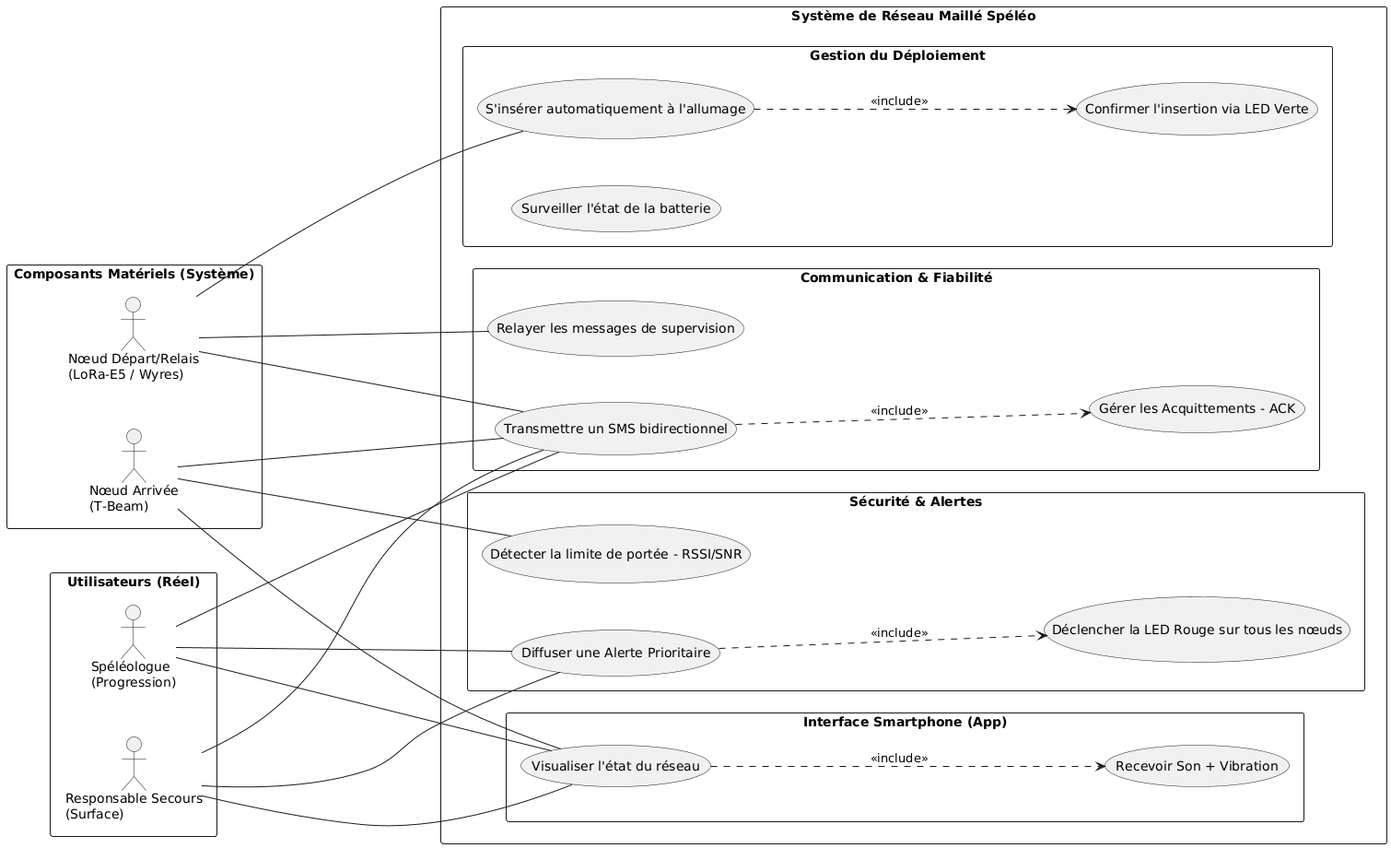
This is docs/usecase_diag.png from Arion1771/Projet_4A, a PlantUML export, as it was before one commit. Its diagram source:
```plantuml
@startuml
left to right direction
skinparam packageStyle rectangle
skinparam shadowing false

skinparam ranksep 250
skinparam nodesep 50


package "Composants Matériels (Système)" {
  actor "Nœud Départ/Relais\n(LoRa-E5 / Wyres)" as Relay
  actor "Nœud Arrivée\n(T-Beam)" as TBeam
}

package "Utilisateurs (Réel)" {
  actor "Spéléologue\n(Progression)" as UserInt
  actor "Responsable Secours\n(Surface)" as UserExt
}


rectangle "Système de Réseau Maillé Spéléo" {

  package "Gestion du Déploiement" {
    (S'insérer automatiquement à l'allumage) as UC1
    (Confirmer l'insertion via LED Verte) as UC2
    (Surveiller l'état de la batterie) as UC3
    UC1 ..> UC2 : <<include>>
  }

  package "Communication & Fiabilité" {
    (Transmettre un SMS bidirectionnel) as UC4
    (Gérer les Acquittements - ACK) as UC5
    (Relayer les messages de supervision) as UC6
    UC4 ..> UC5 : <<include>>
  }

  package "Sécurité & Alertes" {
    (Détecter la limite de portée - RSSI/SNR) as UC7
    (Diffuser une Alerte Prioritaire) as UC8
    (Déclencher la LED Rouge sur tous les nœuds) as UC9
    UC8 ..> UC9 : <<include>>
  }

  package "Interface Smartphone (App)" {
    (Visualiser l'état du réseau) as UC10
    (Recevoir Son + Vibration) as UC11
    UC10 ..> UC11 : <<include>>
  }
}


Relay -- UC1
Relay -- UC4
Relay -- UC6

TBeam -- UC4
TBeam -- UC7
TBeam -- UC10

UserInt -- UC4
UserInt -- UC8
UserInt -- UC10

UserExt -- UC4
UserExt -- UC8
UserExt -- UC10
@enduml
```
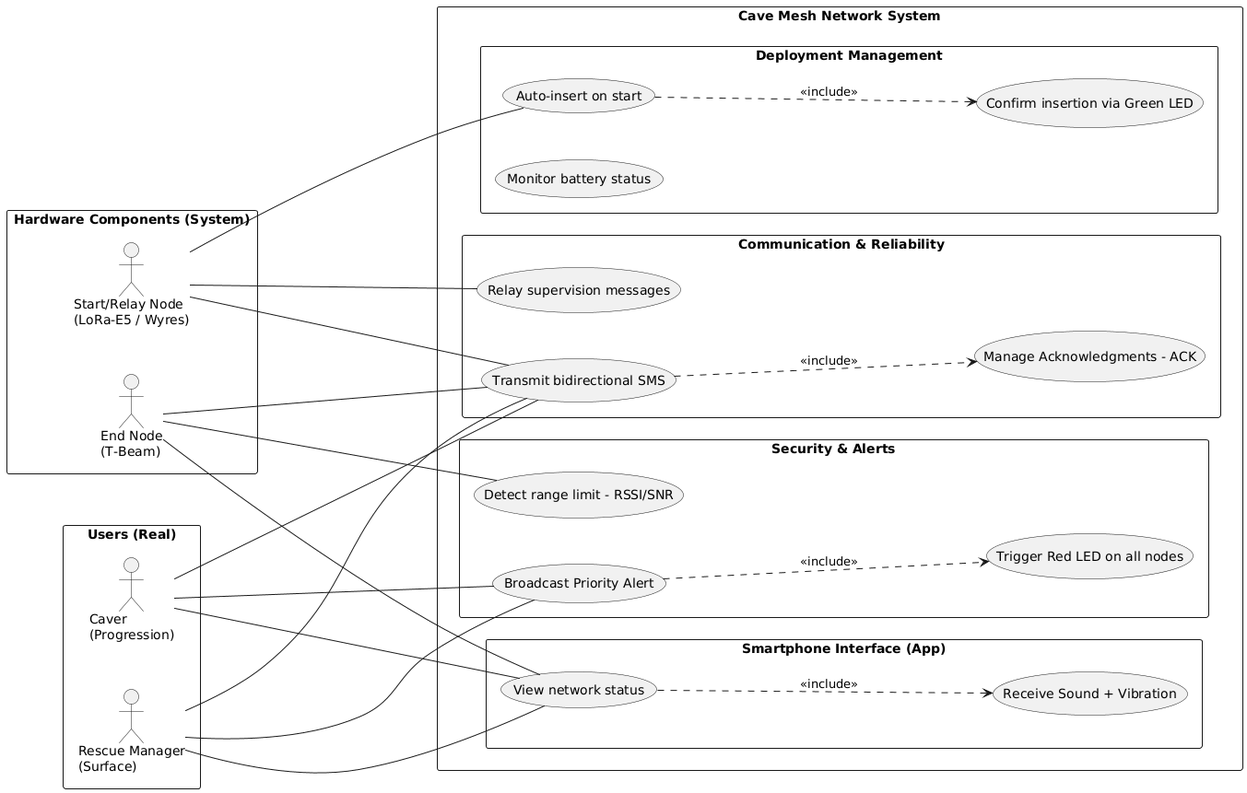
After the commit.

Commit message:
Traduction diagrammes UML

The edit, as a diff of the source:
```diff
@@ -7,43 +7,43 @@
 skinparam nodesep 50
 
 
-package "Composants Matériels (Système)" {
-  actor "Nœud Départ/Relais\n(LoRa-E5 / Wyres)" as Relay
-  actor "Nœud Arrivée\n(T-Beam)" as TBeam
+package "Hardware Components (System)" {
+  actor "Start/Relay Node\n(LoRa-E5 / Wyres)" as Relay
+  actor "End Node\n(T-Beam)" as TBeam
 }
 
-package "Utilisateurs (Réel)" {
-  actor "Spéléologue\n(Progression)" as UserInt
-  actor "Responsable Secours\n(Surface)" as UserExt
+package "Users (Real)" {
+  actor "Caver\n(Progression)" as UserInt
+  actor "Rescue Manager\n(Surface)" as UserExt
 }
 
 
-rectangle "Système de Réseau Maillé Spéléo" {
+rectangle "Cave Mesh Network System" {
 
-  package "Gestion du Déploiement" {
-    (S'insérer automatiquement à l'allumage) as UC1
-    (Confirmer l'insertion via LED Verte) as UC2
-    (Surveiller l'état de la batterie) as UC3
+  package "Deployment Management" {
+    (Auto-insert on start) as UC1
+    (Confirm insertion via Green LED) as UC2
+    (Monitor battery status) as UC3
     UC1 ..> UC2 : <<include>>
   }
 
-  package "Communication & Fiabilité" {
-    (Transmettre un SMS bidirectionnel) as UC4
-    (Gérer les Acquittements - ACK) as UC5
-    (Relayer les messages de supervision) as UC6
+  package "Communication & Reliability" {
+    (Transmit bidirectional SMS) as UC4
+    (Manage Acknowledgments - ACK) as UC5
+    (Relay supervision messages) as UC6
     UC4 ..> UC5 : <<include>>
   }
 
-  package "Sécurité & Alertes" {
-    (Détecter la limite de portée - RSSI/SNR) as UC7
-    (Diffuser une Alerte Prioritaire) as UC8
-    (Déclencher la LED Rouge sur tous les nœuds) as UC9
+  package "Security & Alerts" {
+    (Detect range limit - RSSI/SNR) as UC7
+    (Broadcast Priority Alert) as UC8
+    (Trigger Red LED on all nodes) as UC9
     UC8 ..> UC9 : <<include>>
   }
 
-  package "Interface Smartphone (App)" {
-    (Visualiser l'état du réseau) as UC10
-    (Recevoir Son + Vibration) as UC11
+  package "Smartphone Interface (App)" {
+    (View network status) as UC10
+    (Receive Sound + Vibration) as UC11
     UC10 ..> UC11 : <<include>>
   }
 }
```
